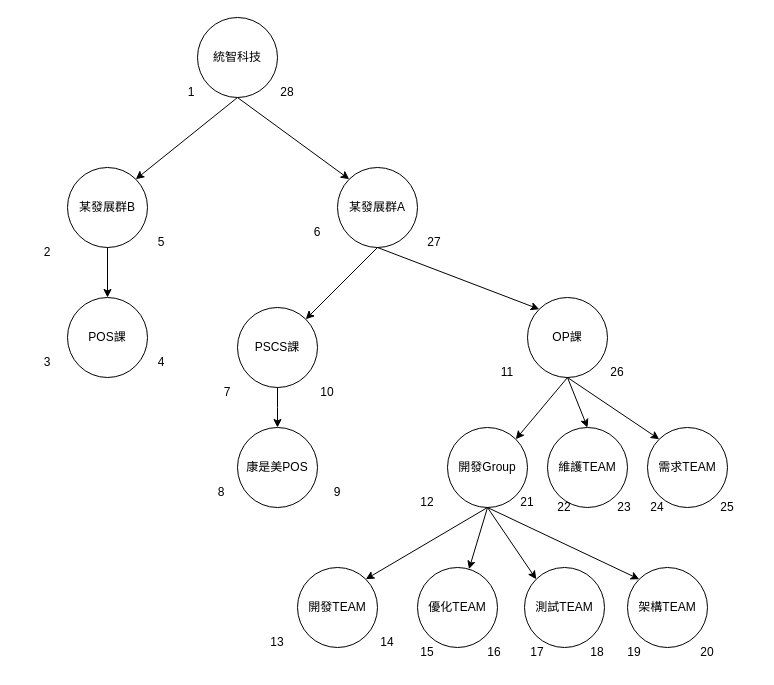
chenHungTzu/neo4j-sample keeps this draw.io diagram as node-rel.drawio. Above is the earlier version. Source tidied: cells renumbered, new cells numbered last; positions are measured from the earlier drawing's top-left corner, leaving out a move shared by most shapes. Both pictures are drawn from the tidied source at 100%, with x=0, y=0 at pixel (17, 17).
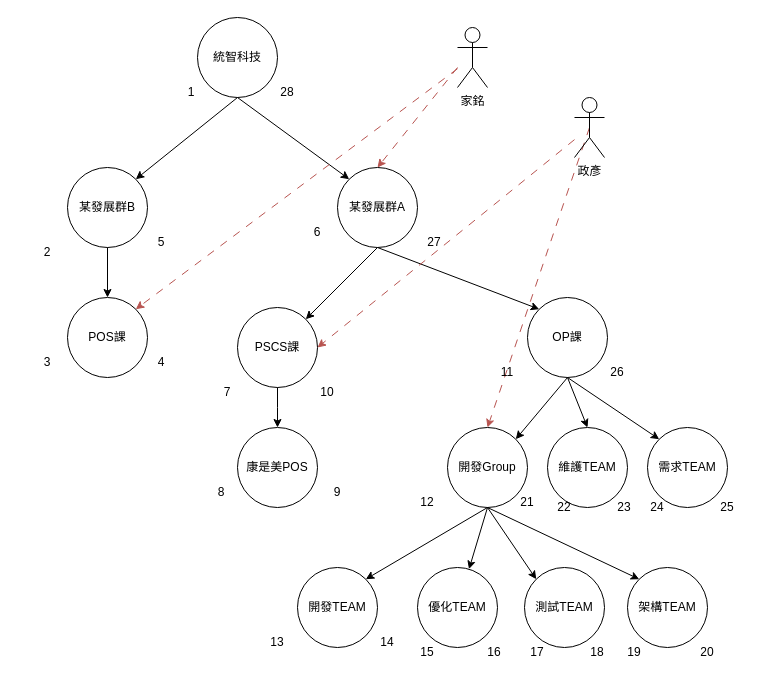
After the change.

The change refers to these unchanged cells:
```xml
<mxCell id="4" value="某發展群A" style="ellipse;whiteSpace=wrap;html=1;" parent="1" vertex="1">
  <mxGeometry x="320" y="150" width="80" height="80" as="geometry" />
</mxCell>
<mxCell id="5" value="POS課" style="ellipse;whiteSpace=wrap;html=1;" parent="1" vertex="1">
  <mxGeometry x="50" y="280" width="80" height="80" as="geometry" />
</mxCell>
<mxCell id="6" value="PSCS課" style="ellipse;whiteSpace=wrap;html=1;" parent="1" vertex="1">
  <mxGeometry x="220" y="290" width="80" height="80" as="geometry" />
</mxCell>
<mxCell id="9" value="開發Group" style="ellipse;whiteSpace=wrap;html=1;" parent="1" vertex="1">
  <mxGeometry x="430" y="410" width="80" height="80" as="geometry" />
</mxCell>
```

Diff of the diagram source:
```diff
@@
+    <mxCell id="57" style="endArrow=classic;html=1;rounded=0;entryX=0.5;entryY=0;entryDx=0;entryDy=0;dashed=1;dashPattern=8 8;exitX=0.5;exitY=0.5;exitDx=0;exitDy=0;exitPerimeter=0;fillColor=#f8cecc;strokeColor=#b85450;" parent="1" edge="1" source="61" target="9">
+      <mxGeometry relative="1" as="geometry" />
+    </mxCell>
@@
+    <mxCell id="58" value="家銘" style="shape=umlActor;verticalLabelPosition=bottom;verticalAlign=top;html=1;outlineConnect=0;" parent="1" vertex="1">
+      <mxGeometry x="440" y="10" width="30" height="60" as="geometry" />
+    </mxCell>
+    <mxCell id="59" style="endArrow=classic;html=1;rounded=0;entryX=0.5;entryY=0;entryDx=0;entryDy=0;dashed=1;dashPattern=8 8;fillColor=#f8cecc;strokeColor=#b85450;" parent="1" edge="1" target="4">
+      <mxGeometry relative="1" as="geometry">
+        <mxPoint x="440" y="50" as="sourcePoint" />
+      </mxGeometry>
+    </mxCell>
+    <mxCell id="60" style="endArrow=classic;html=1;rounded=0;entryX=1;entryY=0;entryDx=0;entryDy=0;dashed=1;dashPattern=8 8;fillColor=#f8cecc;strokeColor=#b85450;" parent="1" edge="1" source="58" target="5">
+      <mxGeometry relative="1" as="geometry" />
+    </mxCell>
+    <mxCell id="61" value="政彥" style="shape=umlActor;verticalLabelPosition=bottom;verticalAlign=top;html=1;outlineConnect=0;" parent="1" vertex="1">
+      <mxGeometry x="557" y="80" width="30" height="60" as="geometry" />
+    </mxCell>
+    <mxCell id="62" style="endArrow=classic;html=1;rounded=0;entryX=1;entryY=0.5;entryDx=0;entryDy=0;dashed=1;dashPattern=8 8;fillColor=#f8cecc;strokeColor=#b85450;" parent="1" edge="1" source="61" target="6">
+      <mxGeometry relative="1" as="geometry" />
+    </mxCell>
```
